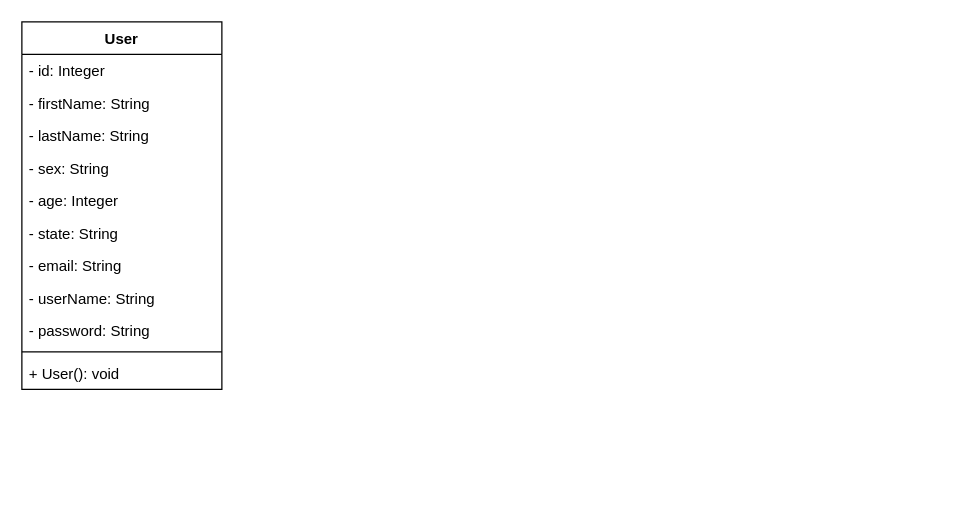
The draw.io diagram UMLDiagrams.drawio in MTeixeiraGCU/CST-350_Minesweeper, before the edit. Source tidied: cells renumbered, new cells numbered last; positions are measured from the earlier drawing's top-left corner, leaving out a move shared by most shapes. Both pictures are drawn from the tidied source at 125%, with x=0, y=0 at pixel (21, 21).
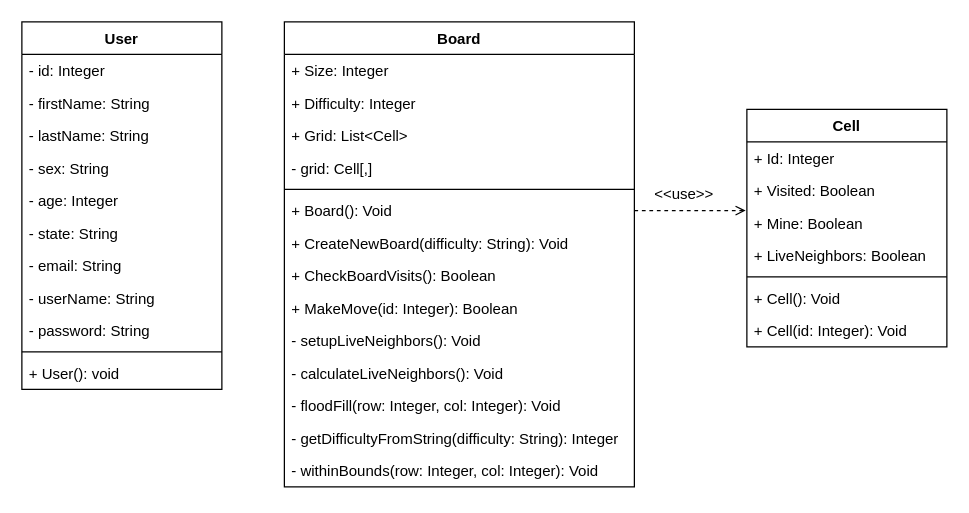
Above is the later version.

Commit message:
Adjusted UML model to match the Board and Cell additions.

Change to the diagram source:
```diff
@@
+    <mxCell id="14" value="Board" style="swimlane;fontStyle=1;align=center;verticalAlign=top;horizontal=1;startSize=26;" parent="1" vertex="1">
+      <mxGeometry x="210" width="280" height="372" as="geometry" />
+    </mxCell>
+    <mxCell id="15" value="+ Size: Integer" style="text;strokeColor=none;fillColor=none;align=left;verticalAlign=top;spacingLeft=4;spacingRight=4;overflow=hidden;" parent="14" vertex="1">
+      <mxGeometry y="26" width="280" height="26" as="geometry" />
+    </mxCell>
+    <mxCell id="16" value="+ Difficulty: Integer" style="text;strokeColor=none;fillColor=none;align=left;verticalAlign=top;spacingLeft=4;spacingRight=4;overflow=hidden;" parent="14" vertex="1">
+      <mxGeometry y="52" width="280" height="26" as="geometry" />
+    </mxCell>
+    <mxCell id="17" value="+ Grid: List&lt;Cell&gt;" style="text;strokeColor=none;fillColor=none;align=left;verticalAlign=top;spacingLeft=4;spacingRight=4;overflow=hidden;" parent="14" vertex="1">
+      <mxGeometry y="78" width="280" height="26" as="geometry" />
+    </mxCell>
+    <mxCell id="18" value="- grid: Cell[,]" style="text;strokeColor=none;fillColor=none;align=left;verticalAlign=top;spacingLeft=4;spacingRight=4;overflow=hidden;" parent="14" vertex="1">
+      <mxGeometry y="104" width="280" height="26" as="geometry" />
+    </mxCell>
+    <mxCell id="19" style="line;strokeWidth=1;fillColor=none;align=left;verticalAlign=middle;spacingTop=-1;spacingLeft=3;spacingRight=3;labelPosition=right;" parent="14" vertex="1">
+      <mxGeometry y="130" width="280" height="8" as="geometry" />
+    </mxCell>
+    <mxCell id="20" value="+ Board(): Void" style="text;strokeColor=none;fillColor=none;align=left;verticalAlign=top;spacingLeft=4;spacingRight=4;overflow=hidden;points=[[0,0.5],[1,0.5]];portConstraint=eastwest;" parent="14" vertex="1">
+      <mxGeometry y="138" width="280" height="26" as="geometry" />
+    </mxCell>
+    <mxCell id="21" value="+ CreateNewBoard(difficulty: String): Void" style="text;strokeColor=none;fillColor=none;align=left;verticalAlign=top;spacingLeft=4;spacingRight=4;overflow=hidden;" parent="14" vertex="1">
+      <mxGeometry y="164" width="280" height="26" as="geometry" />
+    </mxCell>
+    <mxCell id="22" value="+ CheckBoardVisits(): Boolean" style="text;strokeColor=none;fillColor=none;align=left;verticalAlign=top;spacingLeft=4;spacingRight=4;overflow=hidden;" parent="14" vertex="1">
+      <mxGeometry y="190" width="280" height="26" as="geometry" />
+    </mxCell>
+    <mxCell id="23" value="+ MakeMove(id: Integer): Boolean" style="text;strokeColor=none;fillColor=none;align=left;verticalAlign=top;spacingLeft=4;spacingRight=4;overflow=hidden;" parent="14" vertex="1">
+      <mxGeometry y="216" width="280" height="26" as="geometry" />
+    </mxCell>
+    <mxCell id="24" value="- setupLiveNeighbors(): Void" style="text;strokeColor=none;fillColor=none;align=left;verticalAlign=top;spacingLeft=4;spacingRight=4;overflow=hidden;" parent="14" vertex="1">
+      <mxGeometry y="242" width="280" height="26" as="geometry" />
+    </mxCell>
+    <mxCell id="25" value="- calculateLiveNeighbors(): Void" style="text;strokeColor=none;fillColor=none;align=left;verticalAlign=top;spacingLeft=4;spacingRight=4;overflow=hidden;" parent="14" vertex="1">
+      <mxGeometry y="268" width="280" height="26" as="geometry" />
+    </mxCell>
+    <mxCell id="26" value="- floodFill(row: Integer, col: Integer): Void" style="text;strokeColor=none;fillColor=none;align=left;verticalAlign=top;spacingLeft=4;spacingRight=4;overflow=hidden;" parent="14" vertex="1">
+      <mxGeometry y="294" width="280" height="26" as="geometry" />
+    </mxCell>
+    <mxCell id="27" value="- getDifficultyFromString(difficulty: String): Integer" style="text;strokeColor=none;fillColor=none;align=left;verticalAlign=top;spacingLeft=4;spacingRight=4;overflow=hidden;" parent="14" vertex="1">
+      <mxGeometry y="320" width="280" height="26" as="geometry" />
+    </mxCell>
+    <mxCell id="28" value="- withinBounds(row: Integer, col: Integer): Void" style="text;strokeColor=none;fillColor=none;align=left;verticalAlign=top;spacingLeft=4;spacingRight=4;overflow=hidden;" parent="14" vertex="1">
+      <mxGeometry y="346" width="280" height="26" as="geometry" />
+    </mxCell>
+    <mxCell id="29" value="Cell" style="swimlane;fontStyle=1;align=center;verticalAlign=top;horizontal=1;startSize=26;" parent="1" vertex="1">
+      <mxGeometry x="580" y="70" width="160" height="190" as="geometry" />
+    </mxCell>
+    <mxCell id="30" value="+ Id: Integer" style="text;strokeColor=none;fillColor=none;align=left;verticalAlign=top;spacingLeft=4;spacingRight=4;overflow=hidden;" parent="29" vertex="1">
+      <mxGeometry y="26" width="160" height="26" as="geometry" />
+    </mxCell>
+    <mxCell id="31" value="+ Visited: Boolean" style="text;strokeColor=none;fillColor=none;align=left;verticalAlign=top;spacingLeft=4;spacingRight=4;overflow=hidden;" parent="29" vertex="1">
+      <mxGeometry y="52" width="160" height="26" as="geometry" />
+    </mxCell>
+    <mxCell id="32" value="+ Mine: Boolean" style="text;strokeColor=none;fillColor=none;align=left;verticalAlign=top;spacingLeft=4;spacingRight=4;overflow=hidden;points=[[0,0.5],[1,0.5]];portConstraint=eastwest;" parent="29" vertex="1">
+      <mxGeometry y="78" width="160" height="26" as="geometry" />
+    </mxCell>
+    <mxCell id="33" value="+ LiveNeighbors: Boolean" style="text;strokeColor=none;fillColor=none;align=left;verticalAlign=top;spacingLeft=4;spacingRight=4;overflow=hidden;" parent="29" vertex="1">
+      <mxGeometry y="104" width="160" height="26" as="geometry" />
+    </mxCell>
+    <mxCell id="34" style="line;strokeWidth=1;fillColor=none;align=left;verticalAlign=middle;spacingTop=-1;spacingLeft=3;spacingRight=3;labelPosition=right;" parent="29" vertex="1">
+      <mxGeometry y="130" width="160" height="8" as="geometry" />
+    </mxCell>
+    <mxCell id="35" value="+ Cell(): Void" style="text;strokeColor=none;fillColor=none;align=left;verticalAlign=top;spacingLeft=4;spacingRight=4;overflow=hidden;" parent="29" vertex="1">
+      <mxGeometry y="138" width="160" height="26" as="geometry" />
+    </mxCell>
+    <mxCell id="36" value="+ Cell(id: Integer): Void" style="text;strokeColor=none;fillColor=none;align=left;verticalAlign=top;spacingLeft=4;spacingRight=4;overflow=hidden;" parent="29" vertex="1">
+      <mxGeometry y="164" width="160" height="26" as="geometry" />
+    </mxCell>
+    <mxCell id="37" style="edgeStyle=orthogonalEdgeStyle;rounded=0;jettySize=auto;html=1;exitX=1;exitY=0.5;exitDx=0;exitDy=0;entryX=-0.006;entryY=0.115;entryDx=0;entryDy=0;entryPerimeter=0;dashed=1;endArrow=open;endFill=0;" parent="1" edge="1" source="20" target="32">
+      <mxGeometry relative="1" as="geometry" />
+    </mxCell>
+    <mxCell id="38" value="&amp;lt;&amp;lt;use&amp;gt;&amp;gt;" style="text;html=1;strokeColor=none;fillColor=none;align=center;verticalAlign=middle;whiteSpace=wrap;rounded=0;" parent="1" vertex="1">
+      <mxGeometry x="510" y="128" width="40" height="20" as="geometry" />
+    </mxCell>
```
